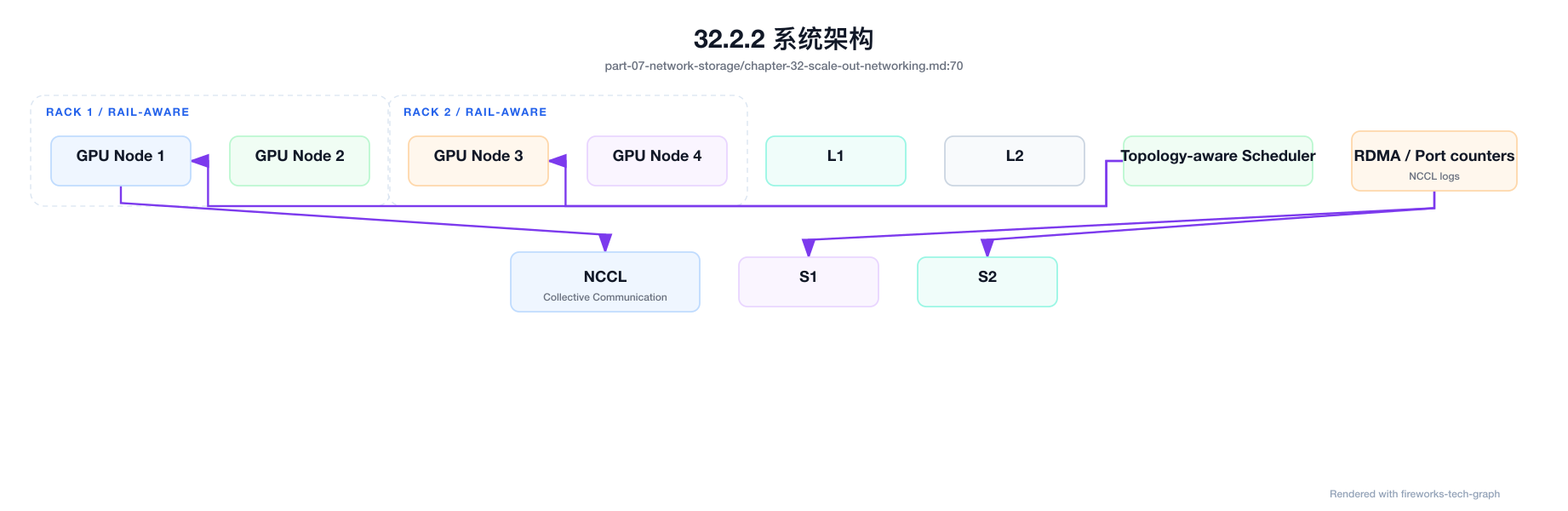
Earlier version of the Mermaid export docs/assets/diagrams/part-07-network-storage-chapter-32-scale-out-networking-01.png (ikingye/ai-factory-engineering). Its source is kept beside it as docs/assets/diagrams/sources/part-07-network-storage-chapter-32-scale-out-networking-01.mmd. Source of this version:
```mermaid
flowchart TB
  subgraph Rack1["Rack 1 / Rail-aware"]
    N1["GPU Node 1"] --- L1["Leaf A"]
    N2["GPU Node 2"] --- L1
  end
  subgraph Rack2["Rack 2 / Rail-aware"]
    N3["GPU Node 3"] --- L2["Leaf B"]
    N4["GPU Node 4"] --- L2
  end
  L1 --- S1["Spine 1"]
  L1 --- S2["Spine 2"]
  L2 --- S1
  L2 --- S2
  N1 --> NCCL["NCCL / Collective Communication"]
  Scheduler["Topology-aware Scheduler"] --> N1
  Scheduler --> N3
  Telemetry["RDMA / Port counters / NCCL logs"] --> S1
  Telemetry --> S2
```
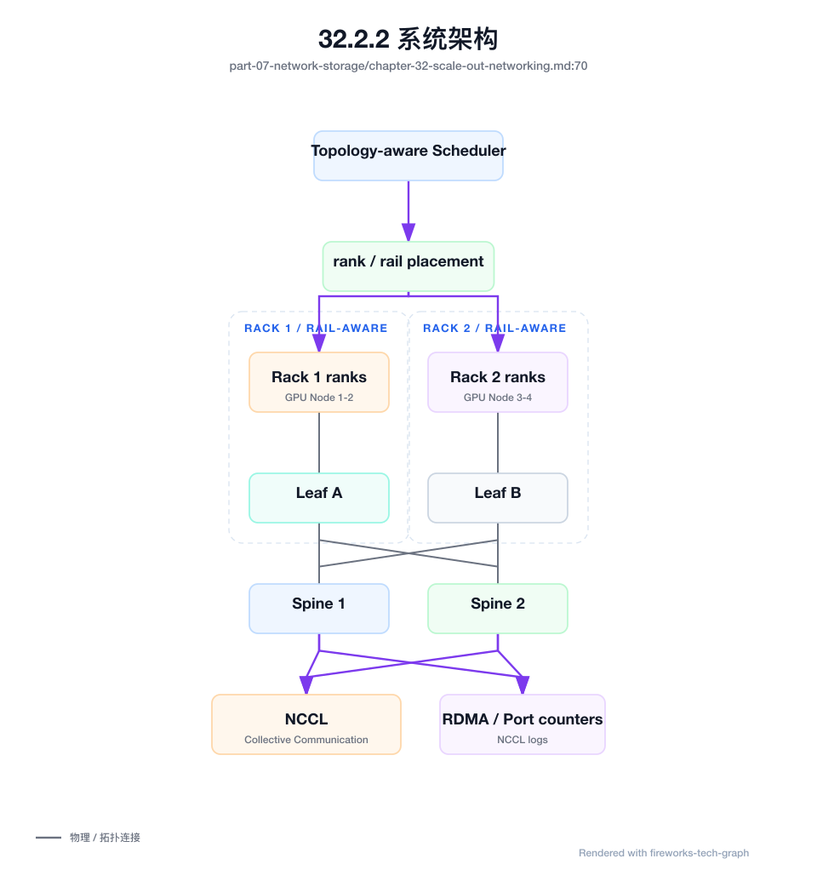
The same file after the commit.

Change to the diagram source:
```diff
@@ -1,18 +1,19 @@
 flowchart TB
+  Scheduler["Topology-aware Scheduler"] --> Placement["rank / rail placement"]
+  Placement --> Rack1Ranks["Rack 1 ranks\nGPU Node 1-2"]
+  Placement --> Rack2Ranks["Rack 2 ranks\nGPU Node 3-4"]
+
   subgraph Rack1["Rack 1 / Rail-aware"]
-    N1["GPU Node 1"] --- L1["Leaf A"]
-    N2["GPU Node 2"] --- L1
+    Rack1Ranks --- L1["Leaf A"]
   end
   subgraph Rack2["Rack 2 / Rail-aware"]
-    N3["GPU Node 3"] --- L2["Leaf B"]
-    N4["GPU Node 4"] --- L2
+    Rack2Ranks --- L2["Leaf B"]
   end
   L1 --- S1["Spine 1"]
   L1 --- S2["Spine 2"]
   L2 --- S1
   L2 --- S2
-  N1 --> NCCL["NCCL / Collective Communication"]
-  Scheduler["Topology-aware Scheduler"] --> N1
-  Scheduler --> N3
-  Telemetry["RDMA / Port counters / NCCL logs"] --> S1
-  Telemetry --> S2
+  S1 --> NCCL["NCCL / Collective Communication"]
+  S2 --> NCCL
+  S1 --> Telemetry["RDMA / Port counters / NCCL logs"]
+  S2 --> Telemetry
```
